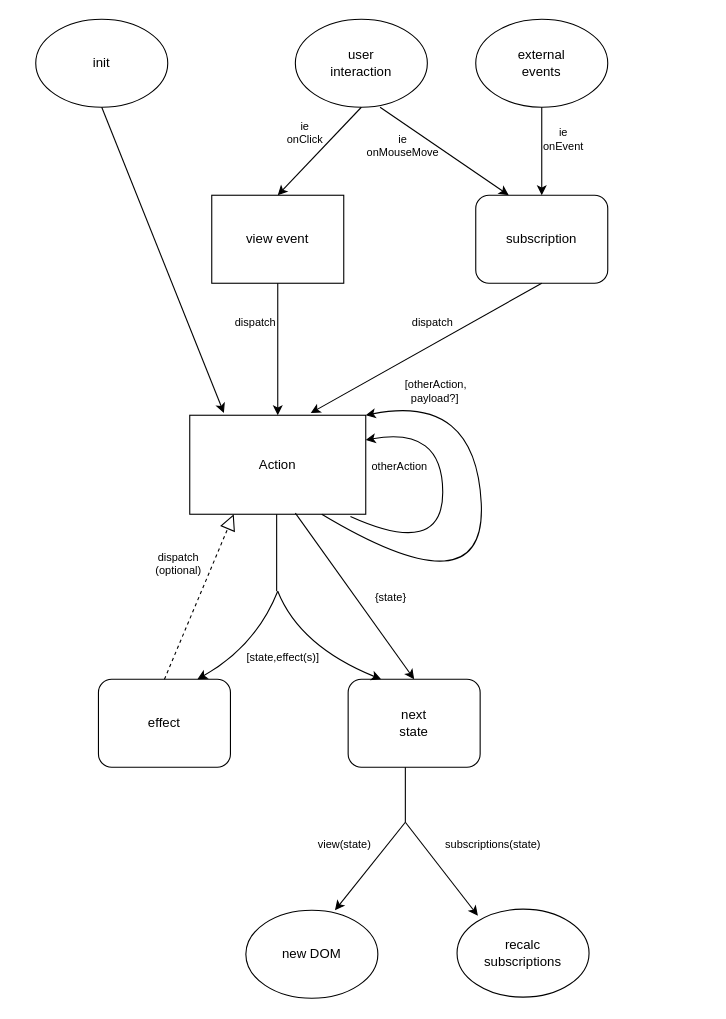
This is docs/architecture/Untitled Diagram.drawio from kofifus/hyperapp, a draw.io file, before an edit. Source tidied: cells renumbered, new cells numbered last; positions are measured from the earlier drawing's top-left corner, leaving out a move shared by most shapes. Both pictures are drawn from the tidied source at 110%, with x=0, y=0 at pixel (35, 19).
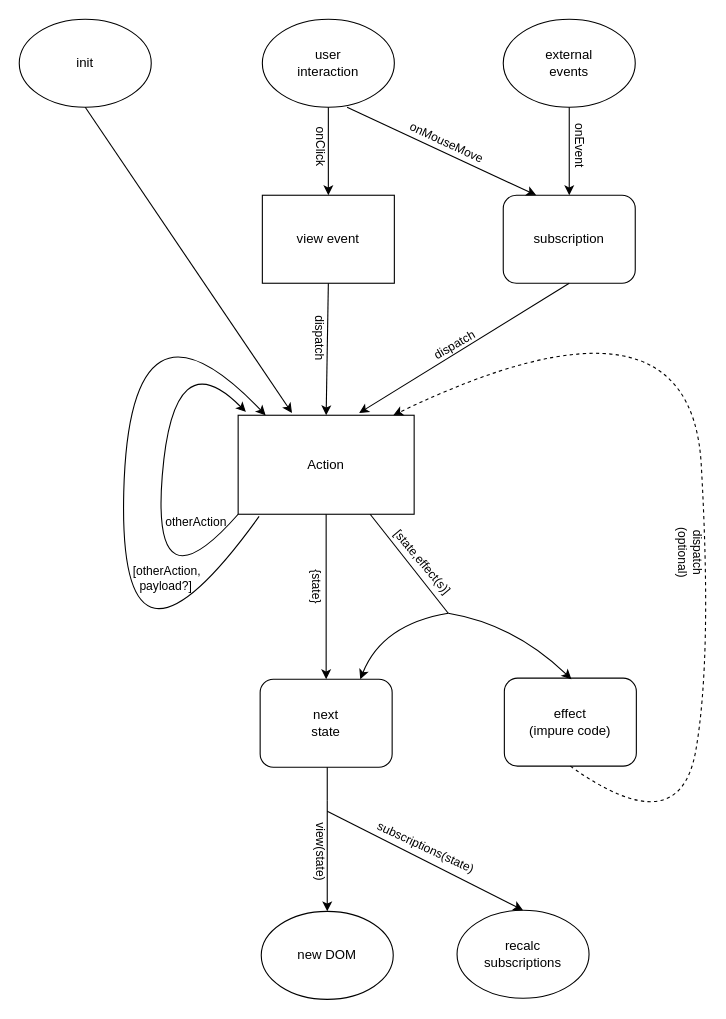
The same diagram, later.

Change to the diagram source:
```diff
@@
     <mxCell id="2" value="view event" style="whiteSpace=wrap;html=1;" parent="1" vertex="1">
-      <mxGeometry x="160" y="160" width="120" height="80" as="geometry" />
+      <mxGeometry x="206" y="160" width="120" height="80" as="geometry" />
     </mxCell>
     <mxCell id="3" value="subscription" style="rounded=1;whiteSpace=wrap;html=1;" parent="1" vertex="1">
-      <mxGeometry x="400" y="160" width="120" height="80" as="geometry" />
+      <mxGeometry x="425" y="160" width="120" height="80" as="geometry" />
     </mxCell>
     <mxCell id="4" value="external&lt;br&gt;events" style="ellipse;whiteSpace=wrap;html=1;" parent="1" vertex="1">
-      <mxGeometry x="400" width="120" height="80" as="geometry" />
+      <mxGeometry x="425" width="120" height="80" as="geometry" />
     </mxCell>
     <mxCell id="5" value="Action" style="rounded=0;whiteSpace=wrap;html=1;" parent="1" vertex="1">
-      <mxGeometry x="140" y="360" width="160" height="90" as="geometry" />
+      <mxGeometry x="184" y="360" width="160" height="90" as="geometry" />
     </mxCell>
-    <mxCell id="6" value="effect" style="rounded=1;whiteSpace=wrap;html=1;" parent="1" vertex="1">
-      <mxGeometry x="57" y="600" width="120" height="80" as="geometry" />
+    <mxCell id="6" value="effect&lt;br&gt;(impure code)" style="rounded=1;whiteSpace=wrap;html=1;" parent="1" vertex="1">
+      <mxGeometry x="426" y="599" width="120" height="80" as="geometry" />
     </mxCell>
     <mxCell id="7" value="next&lt;br&gt;state" style="rounded=1;whiteSpace=wrap;html=1;" parent="1" vertex="1">
-      <mxGeometry x="284" y="600" width="120" height="80" as="geometry" />
+      <mxGeometry x="204" y="600" width="120" height="80" as="geometry" />
     </mxCell>
@@
-    <mxCell id="11" style="endArrow=classic;html=1;rounded=0;entryX=0.5;entryY=0;entryDx=0;entryDy=0;exitX=0.6;exitY=0.989;exitDx=0;exitDy=0;exitPerimeter=0;" parent="1" edge="1" source="5" target="7">
+    <mxCell id="11" style="endArrow=classic;html=1;rounded=0;entryX=0.5;entryY=0;entryDx=0;entryDy=0;exitX=0.5;exitY=1;exitDx=0;exitDy=0;" parent="1" edge="1" source="5" target="7">
       <mxGeometry relative="1" as="geometry" />
     </mxCell>
-    <mxCell id="12" value="dispatch&lt;br style=&quot;font-size: 10px;&quot;&gt;" style="text;html=1;strokeColor=none;fillColor=none;align=center;verticalAlign=middle;whiteSpace=wrap;rounded=0;fontSize=10;" parent="1" vertex="1">
-      <mxGeometry x="331" y="260" width="60" height="30" as="geometry" />
+    <mxCell id="12" value="&lt;font style=&quot;font-size: 11px&quot;&gt;dispatch&lt;br&gt;&lt;/font&gt;" style="text;html=1;strokeColor=none;fillColor=none;align=center;verticalAlign=middle;whiteSpace=wrap;rounded=0;fontSize=10;rotation=-30;" parent="1" vertex="1">
+      <mxGeometry x="351" y="281" width="60" height="30" as="geometry" />
     </mxCell>
-    <mxCell id="13" value="dispatch" style="text;html=1;strokeColor=none;fillColor=none;align=center;verticalAlign=middle;whiteSpace=wrap;rounded=0;fontSize=10;" parent="1" vertex="1">
-      <mxGeometry x="170" y="260" width="60" height="30" as="geometry" />
+    <mxCell id="13" value="&lt;font style=&quot;font-size: 11px&quot;&gt;dispatch&lt;/font&gt;" style="text;html=1;strokeColor=none;fillColor=none;align=center;verticalAlign=middle;whiteSpace=wrap;rounded=0;fontSize=10;rotation=90;" parent="1" vertex="1">
+      <mxGeometry x="228" y="275" width="60" height="30" as="geometry" />
     </mxCell>
     <mxCell id="14" value="new DOM" style="ellipse;whiteSpace=wrap;html=1;" parent="1" vertex="1">
-      <mxGeometry x="191" y="810" width="120" height="80" as="geometry" />
+      <mxGeometry x="205" y="811" width="120" height="80" as="geometry" />
     </mxCell>
     <mxCell id="15" value="user&lt;br&gt;interaction" style="ellipse;whiteSpace=wrap;html=1;" parent="1" vertex="1">
-      <mxGeometry x="236" width="120" height="80" as="geometry" />
+      <mxGeometry x="206" width="120" height="80" as="geometry" />
     </mxCell>
@@
-    <mxCell id="17" value="&lt;font style=&quot;font-size: 10px&quot;&gt;view(state)&lt;/font&gt;" style="text;html=1;strokeColor=none;fillColor=none;align=center;verticalAlign=middle;whiteSpace=wrap;rounded=0;" parent="1" vertex="1">
-      <mxGeometry x="251" y="735" width="60" height="30" as="geometry" />
+    <mxCell id="17" value="&lt;font style=&quot;font-size: 11px&quot;&gt;view(state)&lt;/font&gt;" style="text;html=1;strokeColor=none;fillColor=none;align=center;verticalAlign=middle;whiteSpace=wrap;rounded=0;rotation=90;" parent="1" vertex="1">
+      <mxGeometry x="229" y="742" width="60" height="30" as="geometry" />
     </mxCell>
-    <mxCell id="18" value="{state}" style="text;html=1;strokeColor=none;fillColor=none;align=center;verticalAlign=middle;whiteSpace=wrap;rounded=0;fontSize=10;" parent="1" vertex="1">
-      <mxGeometry x="300" y="520" width="46" height="10" as="geometry" />
+    <mxCell id="18" value="&lt;font style=&quot;font-size: 11px&quot;&gt;{state}&lt;/font&gt;" style="text;html=1;strokeColor=none;fillColor=none;align=center;verticalAlign=middle;whiteSpace=wrap;rounded=0;fontSize=10;rotation=90;" parent="1" vertex="1">
+      <mxGeometry x="233" y="511" width="46" height="10" as="geometry" />
     </mxCell>
-    <mxCell id="19" style="curved=1;endArrow=classic;html=1;rounded=0;entryX=1;entryY=0.25;entryDx=0;entryDy=0;exitX=0.913;exitY=1.022;exitDx=0;exitDy=0;exitPerimeter=0;" parent="1" edge="1" source="5" target="5">
+    <mxCell id="19" style="curved=1;endArrow=classic;html=1;rounded=0;entryX=0.044;entryY=-0.033;entryDx=0;entryDy=0;exitX=0;exitY=1;exitDx=0;exitDy=0;entryPerimeter=0;" parent="1" edge="1" source="5" target="5">
       <mxGeometry relative="1" as="geometry">
         <Array as="points">
-          <mxPoint x="370" y="490" />
-          <mxPoint x="370" y="370" />
+          <mxPoint x="105" y="540" />
+          <mxPoint x="125" y="290" />
         </Array>
       </mxGeometry>
     </mxCell>
-    <mxCell id="20" value="otherAction" style="text;html=1;strokeColor=none;fillColor=none;align=center;verticalAlign=middle;whiteSpace=wrap;rounded=0;fontSize=10;" parent="1" vertex="1">
-      <mxGeometry x="299" y="388" width="64" height="35" as="geometry" />
+    <mxCell id="20" value="&lt;font style=&quot;font-size: 11px&quot;&gt;otherAction&lt;/font&gt;" style="text;html=1;strokeColor=none;fillColor=none;align=center;verticalAlign=middle;whiteSpace=wrap;rounded=0;fontSize=10;rotation=0;" parent="1" vertex="1">
+      <mxGeometry x="114" y="439" width="64" height="35" as="geometry" />
     </mxCell>
-    <mxCell id="21" value="&lt;font style=&quot;font-size: 10px&quot;&gt;&lt;span class=&quot;pl-c1&quot; style=&quot;box-sizing: border-box&quot;&gt;&lt;span class=&quot;pl-c1&quot; style=&quot;box-sizing: border-box&quot;&gt;&lt;div style=&quot;text-align: left&quot;&gt;&lt;span class=&quot;pl-c1&quot; style=&quot;font-family: &amp;#34;helvetica&amp;#34; ; white-space: normal ; box-sizing: border-box&quot;&gt;[otherAction,&lt;br&gt;&amp;nbsp; payload&lt;/span&gt;&lt;span class=&quot;pl-k&quot; style=&quot;font-family: &amp;#34;helvetica&amp;#34; ; white-space: normal ; box-sizing: border-box&quot;&gt;?&lt;/span&gt;&lt;span class=&quot;pl-c1&quot; style=&quot;font-family: &amp;#34;helvetica&amp;#34; ; white-space: normal ; box-sizing: border-box&quot;&gt;&lt;span class=&quot;pl-c1&quot; style=&quot;box-sizing: border-box&quot;&gt;]&lt;/span&gt;&lt;/span&gt;&lt;/div&gt;&lt;/span&gt;&lt;/span&gt;&lt;/font&gt;&lt;font style=&quot;font-size: 10px&quot;&gt;&lt;br&gt;&lt;/font&gt;" style="text;html=1;strokeColor=none;fillColor=none;align=center;verticalAlign=middle;whiteSpace=wrap;rounded=0;fontSize=10;" parent="1" vertex="1">
-      <mxGeometry x="363" y="340" height="7" as="geometry" />
+    <mxCell id="21" value="&lt;font style=&quot;font-size: 11px&quot;&gt;&lt;span class=&quot;pl-c1&quot; style=&quot;box-sizing: border-box&quot;&gt;&lt;span class=&quot;pl-c1&quot; style=&quot;box-sizing: border-box&quot;&gt;&lt;div style=&quot;text-align: left&quot;&gt;&lt;span class=&quot;pl-c1&quot; style=&quot;font-family: &amp;#34;helvetica&amp;#34; ; white-space: normal ; box-sizing: border-box&quot;&gt;[otherAction,&lt;br&gt;&amp;nbsp; payload&lt;/span&gt;&lt;span class=&quot;pl-k&quot; style=&quot;font-family: &amp;#34;helvetica&amp;#34; ; white-space: normal ; box-sizing: border-box&quot;&gt;?&lt;/span&gt;&lt;span class=&quot;pl-c1&quot; style=&quot;font-family: &amp;#34;helvetica&amp;#34; ; white-space: normal ; box-sizing: border-box&quot;&gt;&lt;span class=&quot;pl-c1&quot; style=&quot;box-sizing: border-box&quot;&gt;]&lt;/span&gt;&lt;/span&gt;&lt;/div&gt;&lt;/span&gt;&lt;/span&gt;&lt;/font&gt;&lt;font style=&quot;font-size: 11px&quot;&gt;&lt;br&gt;&lt;/font&gt;" style="text;html=1;strokeColor=none;fillColor=none;align=center;verticalAlign=middle;whiteSpace=wrap;rounded=0;fontSize=10;rotation=0;" parent="1" vertex="1">
+      <mxGeometry x="75" y="500" width="89" height="30" as="geometry" />
     </mxCell>
-    <mxCell id="22" value="dispatch&lt;br&gt;(optional)" style="text;html=1;strokeColor=none;fillColor=none;align=center;verticalAlign=middle;whiteSpace=wrap;rounded=0;fontSize=10;" parent="1" vertex="1">
-      <mxGeometry x="100" y="480" width="60" height="30" as="geometry" />
+    <mxCell id="22" value="&lt;font style=&quot;font-size: 11px&quot;&gt;dispatch&lt;br&gt;(optional)&lt;/font&gt;" style="text;html=1;strokeColor=none;fillColor=none;align=center;verticalAlign=middle;whiteSpace=wrap;rounded=0;fontSize=10;rotation=90;" parent="1" vertex="1">
+      <mxGeometry x="565" y="470" width="60" height="30" as="geometry" />
     </mxCell>
-    <mxCell id="23" style="curved=1;endArrow=classic;html=1;rounded=0;entryX=0.75;entryY=0;entryDx=0;entryDy=0;" parent="1" edge="1" target="6">
+    <mxCell id="23" style="curved=1;endArrow=classic;html=1;rounded=0;" parent="1" edge="1">
       <mxGeometry relative="1" as="geometry">
-        <mxPoint x="220" y="520" as="sourcePoint" />
+        <mxPoint x="375" y="540" as="sourcePoint" />
+        <mxPoint x="487" y="600" as="targetPoint" />
         <Array as="points">
-          <mxPoint x="200" y="570" />
+          <mxPoint x="435" y="550" />
         </Array>
       </mxGeometry>
     </mxCell>
-    <mxCell id="24" value="[state,effect(s)]" style="text;html=1;strokeColor=none;fillColor=none;align=left;verticalAlign=middle;whiteSpace=wrap;rounded=0;fontSize=10;" parent="1" vertex="1">
-      <mxGeometry x="190" y="570" width="60" height="20" as="geometry" />
+    <mxCell id="24" value="&lt;font style=&quot;font-size: 11px&quot;&gt;[state,effect(s)]&lt;/font&gt;" style="text;html=1;strokeColor=none;fillColor=none;align=left;verticalAlign=middle;whiteSpace=wrap;rounded=0;fontSize=10;rotation=50;" parent="1" vertex="1">
+      <mxGeometry x="317" y="477" width="60" height="20" as="geometry" />
     </mxCell>
-    <mxCell id="25" style="curved=1;endArrow=classic;html=1;rounded=0;entryX=0.25;entryY=0;entryDx=0;entryDy=0;" parent="1" edge="1" target="7">
+    <mxCell id="25" style="curved=1;endArrow=classic;html=1;rounded=0;entryX=0.75;entryY=0;entryDx=0;entryDy=0;" parent="1" edge="1">
       <mxGeometry relative="1" as="geometry">
-        <mxPoint x="220" y="520" as="sourcePoint" />
+        <mxPoint x="375" y="540" as="sourcePoint" />
+        <mxPoint x="295" y="600" as="targetPoint" />
         <Array as="points">
-          <mxPoint x="240" y="570" />
+          <mxPoint x="315" y="550" />
         </Array>
       </mxGeometry>
     </mxCell>
-    <mxCell id="26" style="endArrow=none;html=1;rounded=0;" parent="1" edge="1">
+    <mxCell id="26" style="endArrow=none;html=1;rounded=0;entryX=0.75;entryY=1;entryDx=0;entryDy=0;" parent="1" edge="1" target="5">
       <mxGeometry relative="1" as="geometry">
-        <mxPoint x="219" y="520" as="sourcePoint" />
-        <mxPoint x="219" y="450" as="targetPoint" />
+        <mxPoint x="375" y="540" as="sourcePoint" />
       </mxGeometry>
     </mxCell>
-    <mxCell id="27" style="curved=1;endArrow=classic;html=1;rounded=0;entryX=1;entryY=0;entryDx=0;entryDy=0;exitX=0.75;exitY=1;exitDx=0;exitDy=0;" parent="1" edge="1" source="5" target="5">
+    <mxCell id="27" style="curved=1;endArrow=classic;html=1;rounded=0;entryX=0.156;entryY=0;entryDx=0;entryDy=0;exitX=0.119;exitY=1.022;exitDx=0;exitDy=0;entryPerimeter=0;exitPerimeter=0;" parent="1" edge="1" source="5" target="5">
       <mxGeometry relative="1" as="geometry">
         <Array as="points">
-          <mxPoint x="410" y="540" />
-          <mxPoint x="400" y="340" />
+          <mxPoint x="75" y="630" />
+          <mxPoint x="85" y="230" />
         </Array>
       </mxGeometry>
     </mxCell>
     <mxCell id="28" style="endArrow=none;html=1;rounded=0;" parent="1" edge="1">
       <mxGeometry relative="1" as="geometry">
-        <mxPoint x="336" y="680" as="sourcePoint" />
-        <mxPoint x="336" y="730" as="targetPoint" />
+        <mxPoint x="265" y="680" as="sourcePoint" />
+        <mxPoint x="265" y="710" as="targetPoint" />
       </mxGeometry>
     </mxCell>
     <mxCell id="29" value="recalc&lt;br&gt;subscriptions" style="ellipse;whiteSpace=wrap;html=1;" parent="1" vertex="1">
-      <mxGeometry x="383" y="809" width="120" height="80" as="geometry" />
+      <mxGeometry x="383" y="810" width="120" height="80" as="geometry" />
     </mxCell>
-    <mxCell id="30" style="endArrow=classic;html=1;rounded=0;entryX=0.675;entryY=0;entryDx=0;entryDy=0;entryPerimeter=0;" parent="1" edge="1" target="14">
+    <mxCell id="30" style="endArrow=classic;html=1;rounded=0;entryX=0.675;entryY=0;entryDx=0;entryDy=0;entryPerimeter=0;" parent="1" edge="1">
       <mxGeometry relative="1" as="geometry">
-        <mxPoint x="336" y="730" as="sourcePoint" />
+        <mxPoint x="265" y="710" as="sourcePoint" />
+        <mxPoint x="265" y="811" as="targetPoint" />
       </mxGeometry>
     </mxCell>
-    <mxCell id="31" style="endArrow=classic;html=1;rounded=0;entryX=0.158;entryY=0.075;entryDx=0;entryDy=0;entryPerimeter=0;" parent="1" edge="1" target="29">
+    <mxCell id="31" style="endArrow=classic;html=1;rounded=0;entryX=0.5;entryY=0;entryDx=0;entryDy=0;" parent="1" edge="1" target="29">
       <mxGeometry relative="1" as="geometry">
-        <mxPoint x="336" y="730" as="sourcePoint" />
+        <mxPoint x="265" y="720" as="sourcePoint" />
       </mxGeometry>
     </mxCell>
-    <mxCell id="32" value="&lt;font style=&quot;font-size: 10px&quot;&gt;subscriptions(state)&lt;/font&gt;" style="text;html=1;strokeColor=none;fillColor=none;align=center;verticalAlign=middle;whiteSpace=wrap;rounded=0;" parent="1" vertex="1">
-      <mxGeometry x="386" y="735" width="60" height="30" as="geometry" />
+    <mxCell id="32" value="&lt;font style=&quot;font-size: 11px&quot;&gt;subscriptions(state)&lt;/font&gt;" style="text;html=1;strokeColor=none;fillColor=none;align=center;verticalAlign=middle;whiteSpace=wrap;rounded=0;rotation=25;" parent="1" vertex="1">
+      <mxGeometry x="325" y="738" width="60" height="30" as="geometry" />
     </mxCell>
     <mxCell id="33" value="init" style="ellipse;whiteSpace=wrap;html=1;" parent="1" vertex="1">
-      <mxGeometry width="120" height="80" as="geometry" />
+      <mxGeometry x="-15" width="120" height="80" as="geometry" />
     </mxCell>
-    <mxCell id="34" style="endArrow=classic;html=1;rounded=0;fontSize=10;exitX=0.5;exitY=1;exitDx=0;exitDy=0;entryX=0.194;entryY=-0.022;entryDx=0;entryDy=0;entryPerimeter=0;" parent="1" edge="1" source="33" target="5">
+    <mxCell id="34" style="endArrow=classic;html=1;rounded=0;fontSize=10;exitX=0.5;exitY=1;exitDx=0;exitDy=0;entryX=0.306;entryY=-0.022;entryDx=0;entryDy=0;entryPerimeter=0;" parent="1" edge="1" source="33" target="5">
       <mxGeometry relative="1" as="geometry" />
     </mxCell>
@@
-    <mxCell id="36" value="ie &lt;br&gt;onClick" style="text;html=1;strokeColor=none;fillColor=none;align=center;verticalAlign=middle;whiteSpace=wrap;rounded=0;fontSize=10;" parent="1" vertex="1">
-      <mxGeometry x="215" y="88" width="60" height="30" as="geometry" />
+    <mxCell id="36" value="&lt;font style=&quot;font-size: 11px&quot;&gt;onClick&lt;/font&gt;" style="text;html=1;strokeColor=none;fillColor=none;align=center;verticalAlign=middle;whiteSpace=wrap;rounded=0;fontSize=10;rotation=90;" parent="1" vertex="1">
+      <mxGeometry x="229" y="101" width="60" height="30" as="geometry" />
     </mxCell>
-    <mxCell id="37" value="ie onMouseMove" style="text;html=1;strokeColor=none;fillColor=none;align=center;verticalAlign=middle;whiteSpace=wrap;rounded=0;fontSize=10;" parent="1" vertex="1">
-      <mxGeometry x="304" y="100" width="60" height="30" as="geometry" />
+    <mxCell id="37" value="&lt;font style=&quot;font-size: 11px&quot;&gt;onMouseMove&lt;/font&gt;" style="text;html=1;strokeColor=none;fillColor=none;align=center;verticalAlign=middle;whiteSpace=wrap;rounded=0;fontSize=10;rotation=25;" parent="1" vertex="1">
+      <mxGeometry x="326.5" y="96.9" width="94" height="30" as="geometry" />
     </mxCell>
-    <mxCell id="38" value="&lt;div&gt;ie &lt;br&gt;&lt;/div&gt;&lt;div&gt;onEvent&lt;/div&gt;&lt;div&gt;&lt;br&gt;&lt;/div&gt;" style="text;html=1;strokeColor=none;fillColor=none;align=center;verticalAlign=middle;whiteSpace=wrap;rounded=0;fontSize=10;" parent="1" vertex="1">
-      <mxGeometry x="450" y="100" width="60" height="30" as="geometry" />
+    <mxCell id="38" value="&lt;div style=&quot;font-size: 11px&quot;&gt;&lt;font style=&quot;font-size: 11px&quot;&gt;onEvent&lt;/font&gt;&lt;/div&gt;&lt;div style=&quot;font-size: 11px&quot;&gt;&lt;font style=&quot;font-size: 11px&quot;&gt;&lt;br&gt;&lt;/font&gt;&lt;/div&gt;" style="text;html=1;strokeColor=none;fillColor=none;align=center;verticalAlign=middle;whiteSpace=wrap;rounded=0;fontSize=10;rotation=90;" parent="1" vertex="1">
+      <mxGeometry x="462" y="100" width="52" height="30" as="geometry" />
     </mxCell>
-    <mxCell id="39" style="endArrow=block;dashed=1;endFill=0;endSize=12;html=1;rounded=0;fontSize=10;exitX=0.5;exitY=0;exitDx=0;exitDy=0;entryX=0.25;entryY=1;entryDx=0;entryDy=0;" parent="1" edge="1" source="6" target="5">
-      <mxGeometry relative="1" as="geometry" />
+    <mxCell id="39" style="curved=1;endArrow=classic;html=1;rounded=0;fontSize=10;exitX=0.5;exitY=1;exitDx=0;exitDy=0;entryX=0.881;entryY=0;entryDx=0;entryDy=0;entryPerimeter=0;dashed=1;" parent="1" edge="1" source="6" target="5">
+      <mxGeometry relative="1" as="geometry">
+        <Array as="points">
+          <mxPoint x="585" y="750" />
+          <mxPoint x="615" y="580" />
+          <mxPoint x="595" y="230" />
+        </Array>
+      </mxGeometry>
     </mxCell>
```
